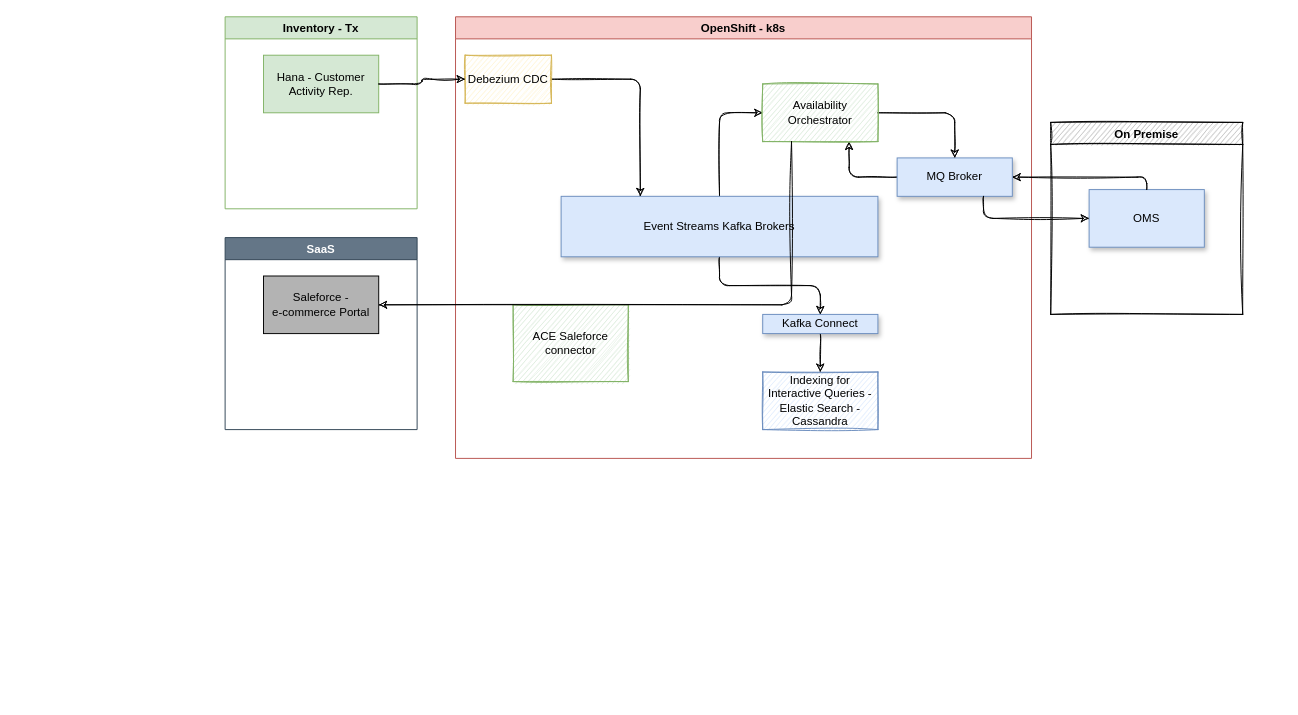
Before: docs/diagrams/sap-car-to-es.drawio in ibm-cloud-architecture/eda-rt-inventory-gitops, a draw.io diagram. Source tidied: cells renumbered, new cells numbered last; positions are measured from the earlier drawing's top-left corner, leaving out a move shared by most shapes. Both pictures are drawn from the tidied source at 96%, with x=0, y=0 at pixel (225, 16).
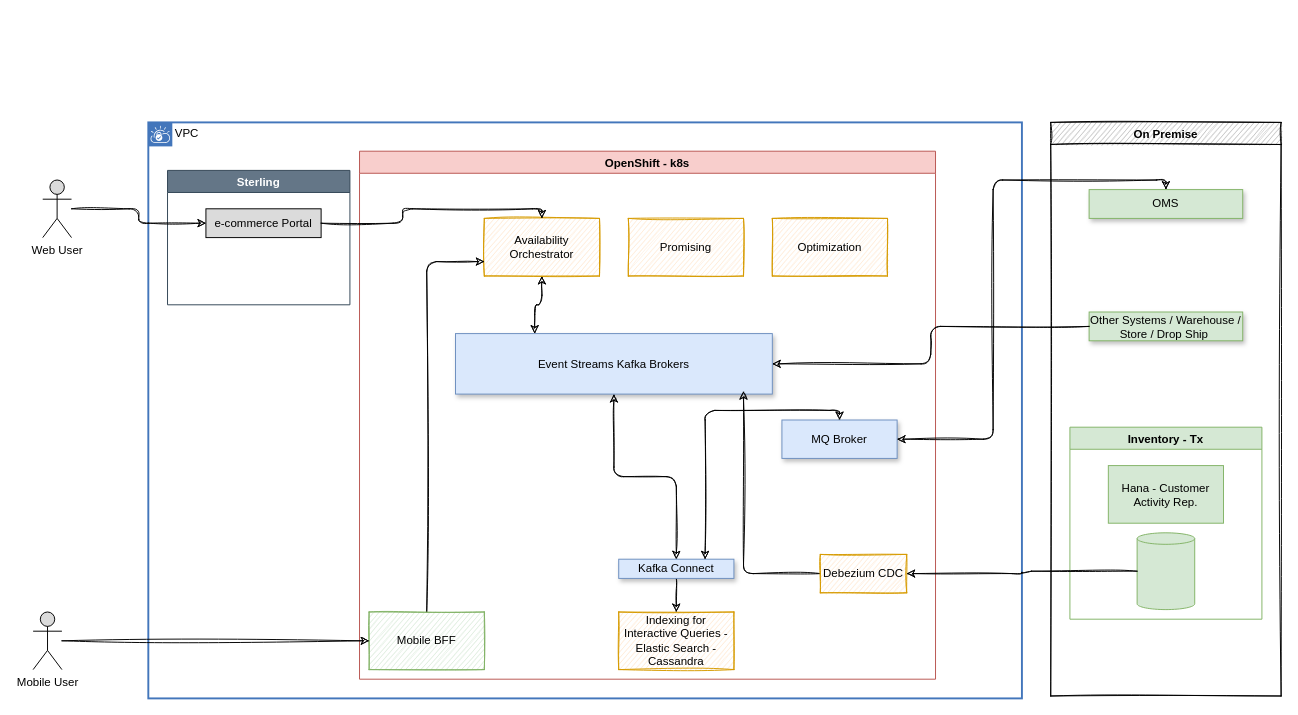
The same diagram, later.

Diff of the diagram source:
```diff
@@
-    <mxCell id="2" value="Inventory - Tx" style="swimlane;fillColor=#d5e8d4;strokeColor=#82b366;" parent="1" vertex="1">
-      <mxGeometry width="200" height="200" as="geometry" />
-    </mxCell>
-    <mxCell id="3" value="Hana - Customer Activity Rep." style="rounded=0;whiteSpace=wrap;html=1;fillColor=#d5e8d4;strokeColor=#82b366;" parent="2" vertex="1">
-      <mxGeometry x="40" y="40" width="120" height="60" as="geometry" />
-    </mxCell>
-    <mxCell id="4" value="SaaS" style="swimlane;fillColor=#647687;strokeColor=#314354;fontColor=#ffffff;" parent="1" vertex="1">
-      <mxGeometry y="230" width="200" height="200" as="geometry" />
-    </mxCell>
-    <mxCell id="5" value="Saleforce - &lt;br&gt;e-commerce Portal" style="rounded=0;whiteSpace=wrap;html=1;fillColor=#B3B3B3;" parent="4" vertex="1">
-      <mxGeometry x="40" y="40" width="120" height="60" as="geometry" />
-    </mxCell>
+    <mxCell id="19" value="VPC" style="shape=mxgraph.ibm.box;prType=vpc;fontStyle=0;verticalAlign=top;align=left;spacingLeft=32;spacingTop=4;fillColor=none;rounded=0;whiteSpace=wrap;html=1;strokeColor=#4376BB;strokeWidth=2;dashed=0;spacing=-4;" parent="1" vertex="1">
+      <mxGeometry x="-80" y="110" width="910" height="600" as="geometry" />
+    </mxCell>
-    <mxCell id="6" value="OpenShift - k8s" style="swimlane;fillColor=#f8cecc;strokeColor=#b85450;" parent="1" vertex="1">
-      <mxGeometry x="240" width="600" height="460" as="geometry" />
+    <mxCell id="6" value="OpenShift - k8s" style="swimlane;fillColor=#f8cecc;strokeColor=#b85450;" parent="19" vertex="1">
+      <mxGeometry x="220" y="30" width="600" height="550" as="geometry" />
     </mxCell>
-    <mxCell id="7" style="edgeStyle=orthogonalEdgeStyle;sketch=1;html=1;exitX=0.5;exitY=0;exitDx=0;exitDy=0;entryX=0;entryY=0.5;entryDx=0;entryDy=0;" parent="6" edge="1" source="9" target="18">
-      <mxGeometry relative="1" as="geometry" />
-    </mxCell>
-    <mxCell id="8" style="edgeStyle=orthogonalEdgeStyle;sketch=1;html=1;entryX=0.5;entryY=0;entryDx=0;entryDy=0;" parent="6" edge="1" source="9" target="14">
+    <mxCell id="8" style="edgeStyle=orthogonalEdgeStyle;sketch=1;html=1;entryX=0.5;entryY=0;entryDx=0;entryDy=0;startArrow=classic;startFill=1;" parent="6" edge="1" source="9" target="14">
       <mxGeometry relative="1" as="geometry" />
     </mxCell>
     <mxCell id="9" value="Event Streams Kafka Brokers" style="rounded=0;whiteSpace=wrap;html=1;fillColor=#dae8fc;strokeColor=#6c8ebf;shadow=1;sketch=0;" parent="6" vertex="1">
-      <mxGeometry x="110" y="187" width="330" height="63" as="geometry" />
+      <mxGeometry x="100" y="190" width="330" height="63" as="geometry" />
     </mxCell>
-    <mxCell id="10" style="edgeStyle=orthogonalEdgeStyle;sketch=1;html=1;entryX=0.25;entryY=0;entryDx=0;entryDy=0;" parent="6" edge="1" source="11" target="9">
+    <mxCell id="10" style="edgeStyle=orthogonalEdgeStyle;sketch=1;html=1;entryX=0.909;entryY=0.952;entryDx=0;entryDy=0;entryPerimeter=0;" parent="6" edge="1" source="11" target="9">
       <mxGeometry relative="1" as="geometry" />
     </mxCell>
-    <mxCell id="11" value="Debezium CDC" style="rounded=0;whiteSpace=wrap;html=1;fillColor=#fff2cc;strokeColor=#d6b656;shadow=0;sketch=1;" parent="6" vertex="1">
-      <mxGeometry x="10" y="40" width="90" height="50" as="geometry" />
+    <mxCell id="11" value="Debezium CDC" style="rounded=0;whiteSpace=wrap;html=1;fillColor=#ffe6cc;strokeColor=#d79b00;shadow=0;sketch=1;" parent="6" vertex="1">
+      <mxGeometry x="480" y="420" width="90" height="40" as="geometry" />
     </mxCell>
-    <mxCell id="12" value="Indexing for Interactive Queries - Elastic Search - Cassandra" style="rounded=0;whiteSpace=wrap;html=1;fillColor=#dae8fc;strokeColor=#6c8ebf;shadow=0;sketch=1;" parent="6" vertex="1">
-      <mxGeometry x="320" y="370" width="120" height="60" as="geometry" />
+    <mxCell id="12" value="Indexing for Interactive Queries - Elastic Search - Cassandra" style="rounded=0;whiteSpace=wrap;html=1;fillColor=#ffe6cc;strokeColor=#d79b00;shadow=0;sketch=1;" parent="6" vertex="1">
+      <mxGeometry x="270" y="480" width="120" height="60" as="geometry" />
     </mxCell>
@@
     <mxCell id="14" value="Kafka Connect" style="rounded=0;whiteSpace=wrap;html=1;fillColor=#dae8fc;strokeColor=#6c8ebf;shadow=1;sketch=0;" parent="6" vertex="1">
-      <mxGeometry x="320" y="310" width="120" height="20" as="geometry" />
+      <mxGeometry x="270" y="425" width="120" height="20" as="geometry" />
     </mxCell>
-    <mxCell id="15" style="edgeStyle=orthogonalEdgeStyle;sketch=1;html=1;entryX=0.75;entryY=1;entryDx=0;entryDy=0;" parent="6" edge="1" source="16" target="18">
-      <mxGeometry relative="1" as="geometry" />
-    </mxCell>
     <mxCell id="16" value="MQ Broker" style="rounded=0;whiteSpace=wrap;html=1;fillColor=#dae8fc;strokeColor=#6c8ebf;shadow=1;sketch=0;" parent="6" vertex="1">
-      <mxGeometry x="460" y="147" width="120" height="40" as="geometry" />
+      <mxGeometry x="440" y="280" width="120" height="40" as="geometry" />
     </mxCell>
-    <mxCell id="17" style="edgeStyle=orthogonalEdgeStyle;sketch=1;html=1;exitX=1;exitY=0.5;exitDx=0;exitDy=0;entryX=0.5;entryY=0;entryDx=0;entryDy=0;" parent="6" edge="1" source="18" target="16">
+    <mxCell id="17" style="edgeStyle=orthogonalEdgeStyle;sketch=1;html=1;exitX=0.75;exitY=0;exitDx=0;exitDy=0;entryX=0.5;entryY=0;entryDx=0;entryDy=0;startArrow=classic;startFill=1;" parent="6" edge="1" source="14" target="16">
       <mxGeometry relative="1" as="geometry" />
     </mxCell>
+    <mxCell id="26" style="edgeStyle=orthogonalEdgeStyle;sketch=1;html=1;entryX=0.25;entryY=0;entryDx=0;entryDy=0;startArrow=classic;startFill=1;" parent="6" edge="1" source="18" target="9">
+      <mxGeometry relative="1" as="geometry" />
+    </mxCell>
-    <mxCell id="18" value="Availability Orchestrator" style="rounded=0;whiteSpace=wrap;html=1;shadow=0;sketch=1;fillColor=#d5e8d4;strokeColor=#82b366;" parent="6" vertex="1">
-      <mxGeometry x="320" y="70" width="120" height="60" as="geometry" />
+    <mxCell id="18" value="Availability Orchestrator" style="rounded=0;whiteSpace=wrap;html=1;shadow=0;sketch=1;fillColor=#ffe6cc;strokeColor=#d79b00;" parent="6" vertex="1">
+      <mxGeometry x="130" y="70" width="120" height="60" as="geometry" />
     </mxCell>
-    <mxCell id="19" value="ACE Saleforce connector" style="rounded=0;whiteSpace=wrap;html=1;shadow=0;sketch=1;fillColor=#d5e8d4;strokeColor=#82b366;" parent="6" vertex="1">
-      <mxGeometry x="60" y="300" width="120" height="80" as="geometry" />
-    </mxCell>
+    <mxCell id="27" style="edgeStyle=orthogonalEdgeStyle;sketch=1;html=1;entryX=0;entryY=0.75;entryDx=0;entryDy=0;startArrow=none;startFill=0;" parent="6" edge="1" source="28" target="18">
+      <mxGeometry relative="1" as="geometry" />
+    </mxCell>
+    <mxCell id="28" value="Mobile BFF" style="rounded=0;whiteSpace=wrap;html=1;shadow=0;sketch=1;fillColor=#d5e8d4;strokeColor=#82b366;" parent="6" vertex="1">
+      <mxGeometry x="10" y="480" width="120" height="60" as="geometry" />
+    </mxCell>
+    <mxCell id="29" value="Promising" style="rounded=0;whiteSpace=wrap;html=1;shadow=0;sketch=1;fillColor=#ffe6cc;strokeColor=#d79b00;" parent="6" vertex="1">
+      <mxGeometry x="280" y="70" width="120" height="60" as="geometry" />
+    </mxCell>
+    <mxCell id="30" value="Optimization" style="rounded=0;whiteSpace=wrap;html=1;shadow=0;sketch=1;fillColor=#ffe6cc;strokeColor=#d79b00;" parent="6" vertex="1">
+      <mxGeometry x="430" y="70" width="120" height="60" as="geometry" />
+    </mxCell>
+    <mxCell id="4" value="Sterling" style="swimlane;fillColor=#647687;strokeColor=#314354;fontColor=#ffffff;" parent="19" vertex="1">
+      <mxGeometry x="20" y="50" width="190" height="140" as="geometry" />
+    </mxCell>
+    <mxCell id="5" value="e-commerce Portal" style="rounded=0;whiteSpace=wrap;html=1;fillColor=#DBDBDB;" parent="4" vertex="1">
+      <mxGeometry x="40" y="40" width="120" height="30" as="geometry" />
+    </mxCell>
+    <mxCell id="31" style="edgeStyle=orthogonalEdgeStyle;sketch=1;html=1;entryX=0.5;entryY=0;entryDx=0;entryDy=0;startArrow=none;startFill=0;" parent="19" edge="1" source="5" target="18">
+      <mxGeometry relative="1" as="geometry" />
+    </mxCell>
     <mxCell id="20" value="On Premise" style="swimlane;shadow=0;sketch=1;fillColor=#B3B3B3;" parent="1" vertex="1">
-      <mxGeometry x="860" y="110" width="200" height="200" as="geometry" />
+      <mxGeometry x="860" y="110" width="240" height="597.5" as="geometry" />
     </mxCell>
-    <mxCell id="21" value="OMS" style="rounded=0;whiteSpace=wrap;html=1;fillColor=#dae8fc;strokeColor=#6c8ebf;shadow=1;sketch=0;" parent="20" vertex="1">
-      <mxGeometry x="40" y="70" width="120" height="60" as="geometry" />
+    <mxCell id="21" value="OMS" style="rounded=0;whiteSpace=wrap;html=1;fillColor=#d5e8d4;strokeColor=#82b366;shadow=1;sketch=0;" parent="20" vertex="1">
+      <mxGeometry x="40" y="70" width="160" height="30" as="geometry" />
     </mxCell>
-    <mxCell id="22" style="edgeStyle=orthogonalEdgeStyle;html=1;entryX=0;entryY=0.5;entryDx=0;entryDy=0;sketch=1;" parent="1" edge="1" source="3" target="11">
-      <mxGeometry relative="1" as="geometry" />
-    </mxCell>
-    <mxCell id="23" style="edgeStyle=orthogonalEdgeStyle;sketch=1;html=1;exitX=0.75;exitY=1;exitDx=0;exitDy=0;" parent="1" edge="1" source="16" target="21">
-      <mxGeometry relative="1" as="geometry" />
-    </mxCell>
+    <mxCell id="2" value="Inventory - Tx" style="swimlane;fillColor=#d5e8d4;strokeColor=#82b366;" parent="20" vertex="1">
+      <mxGeometry x="20" y="317.5" width="200" height="200" as="geometry" />
+    </mxCell>
+    <mxCell id="3" value="Hana - Customer Activity Rep." style="rounded=0;whiteSpace=wrap;html=1;fillColor=#d5e8d4;strokeColor=#82b366;" parent="2" vertex="1">
+      <mxGeometry x="40" y="40" width="120" height="60" as="geometry" />
+    </mxCell>
+    <mxCell id="32" style="shape=cylinder3;whiteSpace=wrap;html=1;boundedLbl=1;backgroundOutline=1;size=6;fillColor=#d5e8d4;strokeColor=#82b366;" parent="2" vertex="1">
+      <mxGeometry x="70" y="110" width="60" height="80" as="geometry" />
+    </mxCell>
+    <mxCell id="33" value="Other Systems / Warehouse / Store / Drop Ship&amp;nbsp;" style="rounded=0;whiteSpace=wrap;html=1;fillColor=#d5e8d4;strokeColor=#82b366;shadow=1;sketch=0;" parent="20" vertex="1">
+      <mxGeometry x="40" y="197.5" width="160" height="30" as="geometry" />
+    </mxCell>
-    <mxCell id="24" style="edgeStyle=orthogonalEdgeStyle;sketch=1;html=1;entryX=1;entryY=0.5;entryDx=0;entryDy=0;exitX=0.5;exitY=0;exitDx=0;exitDy=0;" parent="1" edge="1" source="21" target="16">
+    <mxCell id="24" style="edgeStyle=orthogonalEdgeStyle;sketch=1;html=1;entryX=1;entryY=0.5;entryDx=0;entryDy=0;exitX=0.5;exitY=0;exitDx=0;exitDy=0;startArrow=classic;startFill=1;" parent="1" edge="1" source="21" target="16">
       <mxGeometry relative="1" as="geometry" />
     </mxCell>
-    <mxCell id="25" style="edgeStyle=orthogonalEdgeStyle;sketch=1;html=1;entryX=1;entryY=0.5;entryDx=0;entryDy=0;exitX=0.25;exitY=1;exitDx=0;exitDy=0;" parent="1" edge="1" source="18" target="5">
-      <mxGeometry relative="1" as="geometry" />
-    </mxCell>
+    <mxCell id="34" style="edgeStyle=orthogonalEdgeStyle;sketch=1;html=1;entryX=0;entryY=0.5;entryDx=0;entryDy=0;startArrow=none;startFill=0;" parent="1" edge="1" source="35" target="5">
+      <mxGeometry relative="1" as="geometry" />
+    </mxCell>
+    <mxCell id="35" value="Web User" style="shape=umlActor;verticalLabelPosition=bottom;verticalAlign=top;html=1;outlineConnect=0;fillColor=#DBDBDB;" parent="1" vertex="1">
+      <mxGeometry x="-190" y="170" width="30" height="60" as="geometry" />
+    </mxCell>
+    <mxCell id="36" style="edgeStyle=orthogonalEdgeStyle;sketch=1;html=1;startArrow=none;startFill=0;" parent="1" edge="1" source="37" target="28">
+      <mxGeometry relative="1" as="geometry" />
+    </mxCell>
+    <mxCell id="37" value="Mobile User" style="shape=umlActor;verticalLabelPosition=bottom;verticalAlign=top;html=1;outlineConnect=0;fillColor=#DBDBDB;" parent="1" vertex="1">
+      <mxGeometry x="-200" y="620" width="30" height="60" as="geometry" />
+    </mxCell>
+    <mxCell id="38" style="edgeStyle=orthogonalEdgeStyle;html=1;startArrow=none;startFill=0;sketch=1;" parent="1" edge="1" source="32" target="11">
+      <mxGeometry relative="1" as="geometry" />
+    </mxCell>
+    <mxCell id="39" style="edgeStyle=orthogonalEdgeStyle;sketch=1;html=1;startArrow=none;startFill=0;" parent="1" edge="1" source="33" target="9">
+      <mxGeometry relative="1" as="geometry" />
+    </mxCell>
```
